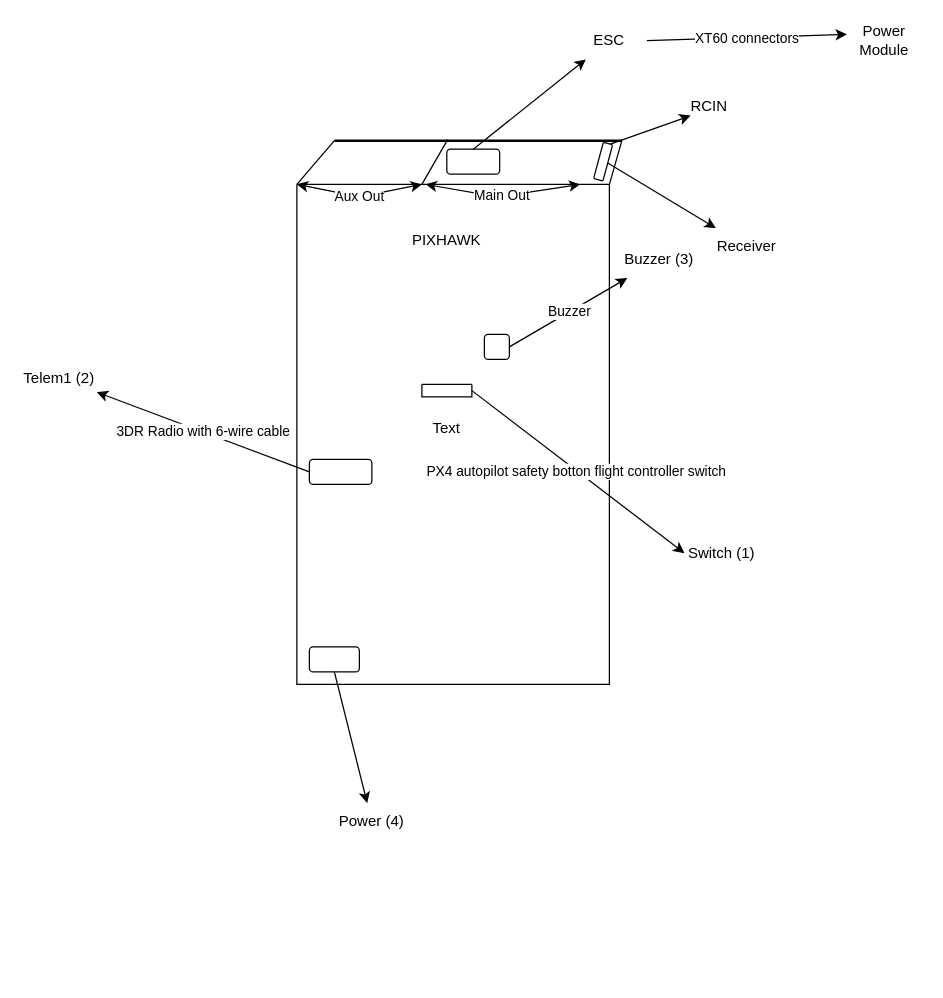
Equipe-eVTOL-ITA/Docs-e-Referencias keeps this draw.io diagram as Diagrama_Pixhawk.drawio. Above is the earlier version. Source tidied: cells renumbered, new cells numbered last; positions are measured from the earlier drawing's top-left corner, leaving out a move shared by most shapes. Both pictures are drawn from the tidied source at 125%, with x=0, y=0 at pixel (21, 21).
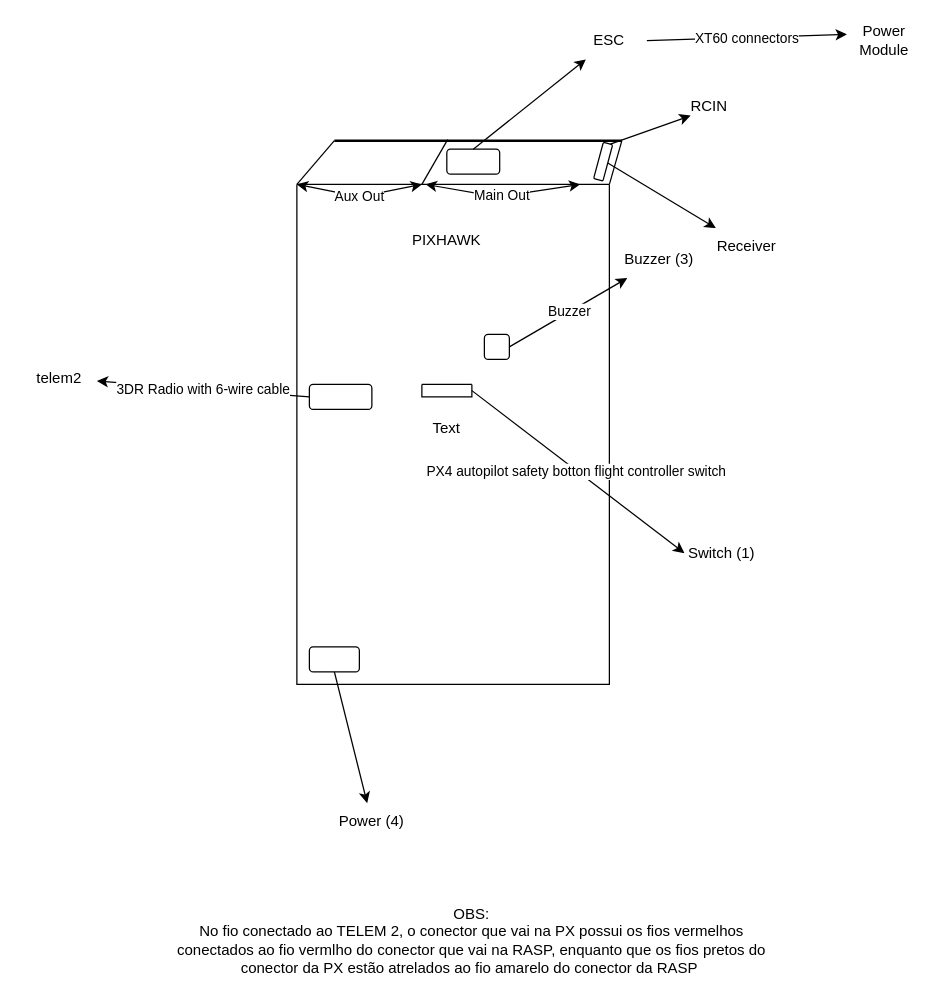
Above is the later version.

Commit message:
nova observação adicionada

Unchanged cells that the change refers to:
```xml
<mxCell id="3" style="swimlane;startSize=0;" parent="1" vertex="1">
  <mxGeometry x="220" y="130" width="250" height="400" as="geometry" />
</mxCell>
```

What changed in the source:
```diff
@@
     <mxCell id="4" style="rounded=1;whiteSpace=wrap;html=1;" parent="3" vertex="1">
-      <mxGeometry x="10" y="220" width="50" height="20" as="geometry" />
+      <mxGeometry x="10" y="160" width="50" height="20" as="geometry" />
     </mxCell>
@@
-    <mxCell id="11" value="Telem1 (2)" style="text;html=1;strokeColor=none;fillColor=none;align=center;verticalAlign=middle;whiteSpace=wrap;rounded=0;" parent="1" vertex="1">
+    <mxCell id="11" value="telem2" style="text;html=1;strokeColor=none;fillColor=none;align=center;verticalAlign=middle;whiteSpace=wrap;rounded=0;" parent="1" vertex="1">
       <mxGeometry y="270" width="60" height="30" as="geometry" />
     </mxCell>
@@
+    <mxCell id="34" value="OBS:&lt;br&gt;No fio conectado ao TELEM 2, o conector que vai na PX possui os fios vermelhos conectados ao fio vermlho do conector que vai na RASP, enquanto que os fios pretos do conector da PX estão atrelados ao fio amarelo do conector da RASP&amp;nbsp;" style="text;html=1;strokeColor=none;fillColor=none;align=center;verticalAlign=middle;whiteSpace=wrap;rounded=0;" parent="1" vertex="1">
+      <mxGeometry x="120" y="720" width="480" height="30" as="geometry" />
+    </mxCell>
```
